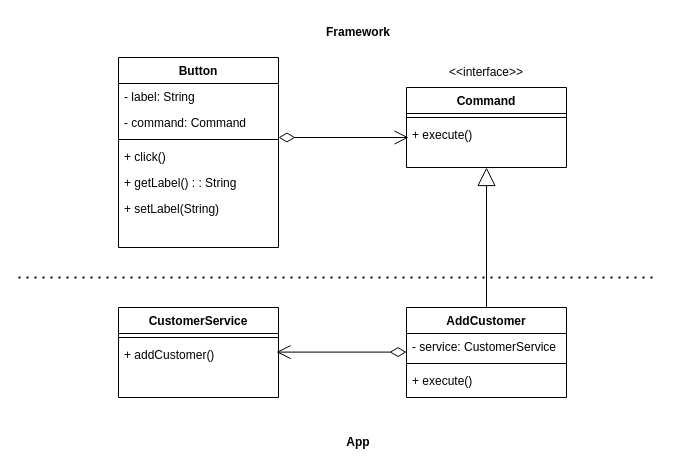
Before: drawio/command_pattern.drawio in bidursapkota00/Design-Patterns, a draw.io diagram. Source tidied: cells renumbered, new cells numbered last; positions are measured from the earlier drawing's top-left corner, leaving out a move shared by most shapes. Both pictures are drawn from the tidied source at 100%, with x=0, y=0 at pixel (18, 17).
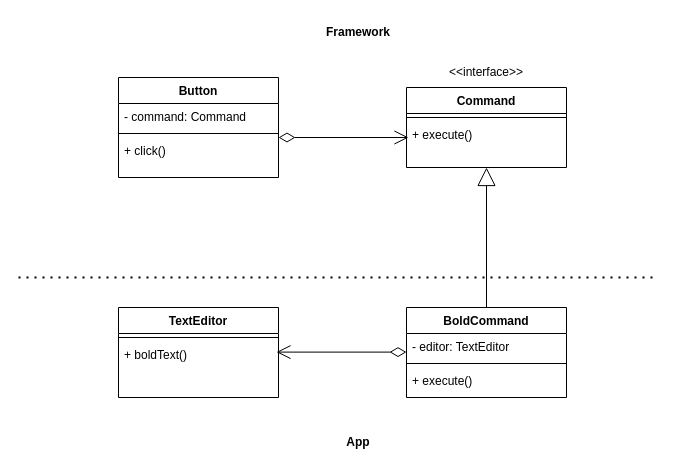
The same diagram, later.

Commit message (it also covers changes not shown here):
command pattern enhanced and complete

What changed in the source:
```diff
@@
     <mxCell id="2" value="Button" style="swimlane;fontStyle=1;align=center;verticalAlign=top;horizontal=1;startSize=26;rounded=0;shadow=0;strokeWidth=1;" parent="1" vertex="1">
-      <mxGeometry x="100" y="40" width="160" height="190" as="geometry" />
+      <mxGeometry x="100" y="60" width="160" height="100" as="geometry" />
     </mxCell>
-    <mxCell id="3" value="- label: String" style="text;align=left;verticalAlign=top;spacingLeft=4;spacingRight=4;overflow=hidden;" parent="2" vertex="1">
-      <mxGeometry y="26" width="160" height="26" as="geometry" />
-    </mxCell>
     <mxCell id="4" value="- command: Command" style="text;align=left;verticalAlign=top;spacingLeft=4;spacingRight=4;overflow=hidden;rounded=0;shadow=0;html=0;" parent="2" vertex="1">
-      <mxGeometry y="52" width="160" height="26" as="geometry" />
+      <mxGeometry y="26" width="160" height="26" as="geometry" />
     </mxCell>
     <mxCell id="5" style="line;html=1;strokeWidth=1;align=left;verticalAlign=middle;spacingTop=-1;spacingLeft=3;spacingRight=3;labelPosition=right;" parent="2" vertex="1">
-      <mxGeometry y="78" width="160" height="8" as="geometry" />
+      <mxGeometry y="52" width="160" height="8" as="geometry" />
     </mxCell>
     <mxCell id="6" value="+ click()" style="text;align=left;verticalAlign=top;spacingLeft=4;spacingRight=4;overflow=hidden;" parent="2" vertex="1">
-      <mxGeometry y="86" width="160" height="26" as="geometry" />
+      <mxGeometry y="60" width="160" height="26" as="geometry" />
     </mxCell>
-    <mxCell id="7" value="+ getLabel() : : String" style="text;align=left;verticalAlign=top;spacingLeft=4;spacingRight=4;overflow=hidden;" parent="2" vertex="1">
-      <mxGeometry y="112" width="160" height="26" as="geometry" />
-    </mxCell>
-    <mxCell id="8" value="+ setLabel(String)" style="text;align=left;verticalAlign=top;spacingLeft=4;spacingRight=4;overflow=hidden;" parent="2" vertex="1">
-      <mxGeometry y="138" width="160" height="26" as="geometry" />
-    </mxCell>
-    <mxCell id="9" value="AddCustomer" style="swimlane;fontStyle=1;align=center;verticalAlign=top;horizontal=1;startSize=26;rounded=0;shadow=0;strokeWidth=1;" parent="1" vertex="1">
+    <mxCell id="9" value="BoldCommand" style="swimlane;fontStyle=1;align=center;verticalAlign=top;horizontal=1;startSize=26;rounded=0;shadow=0;strokeWidth=1;" parent="1" vertex="1">
       <mxGeometry x="388" y="290" width="160" height="90" as="geometry" />
     </mxCell>
-    <mxCell id="10" value="- service: CustomerService" style="text;align=left;verticalAlign=top;spacingLeft=4;spacingRight=4;overflow=hidden;" parent="9" vertex="1">
+    <mxCell id="10" value="- editor: TextEditor" style="text;align=left;verticalAlign=top;spacingLeft=4;spacingRight=4;overflow=hidden;" parent="9" vertex="1">
       <mxGeometry y="26" width="160" height="26" as="geometry" />
     </mxCell>
@@
-    <mxCell id="18" value="CustomerService" style="swimlane;fontStyle=1;align=center;verticalAlign=top;horizontal=1;startSize=26;rounded=0;shadow=0;strokeWidth=1;" parent="1" vertex="1">
+    <mxCell id="18" value="TextEditor" style="swimlane;fontStyle=1;align=center;verticalAlign=top;horizontal=1;startSize=26;rounded=0;shadow=0;strokeWidth=1;" parent="1" vertex="1">
       <mxGeometry x="100" y="290" width="160" height="90" as="geometry" />
     </mxCell>
@@
-    <mxCell id="20" value="+ addCustomer()" style="text;align=left;verticalAlign=top;spacingLeft=4;spacingRight=4;overflow=hidden;" parent="18" vertex="1">
+    <mxCell id="20" value="+ boldText()" style="text;align=left;verticalAlign=top;spacingLeft=4;spacingRight=4;overflow=hidden;" parent="18" vertex="1">
       <mxGeometry y="34" width="160" height="26" as="geometry" />
     </mxCell>
```
